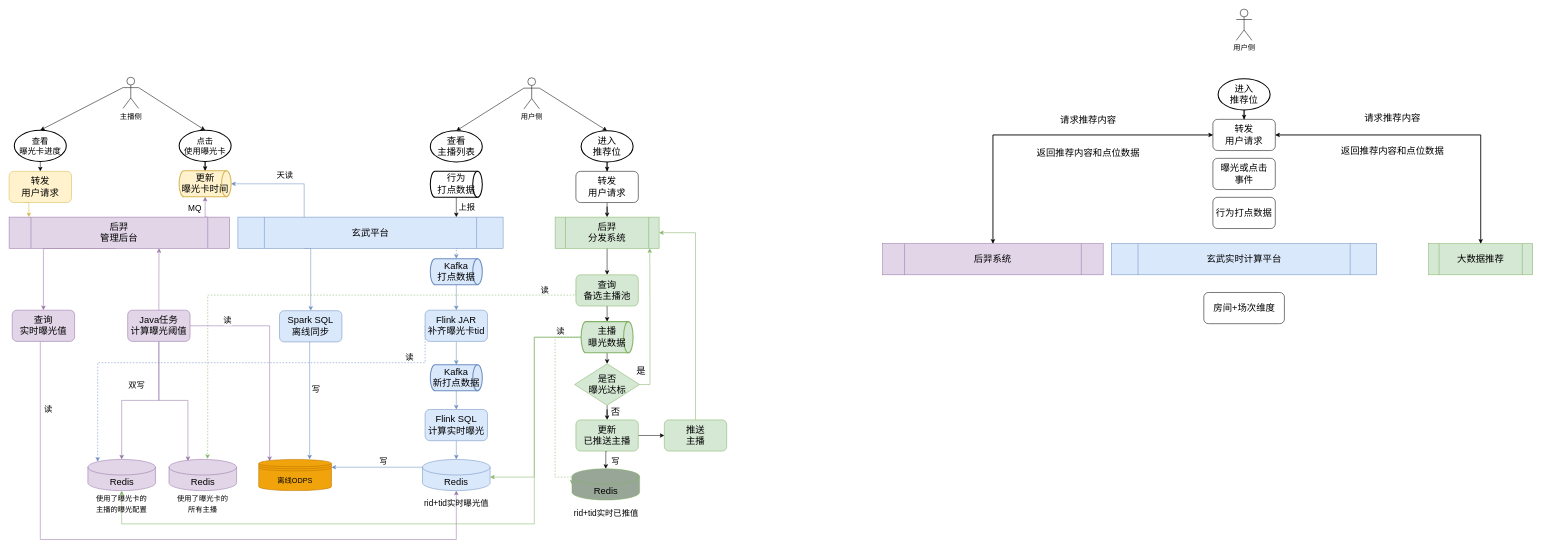
The draw.io diagram 官方扶持流量提醒.drawio in hongweilv-whu/flowCharts, before the edit. Source tidied: cells renumbered, new cells numbered last; positions are measured from the earlier drawing's top-left corner, leaving out a move shared by most shapes. Both pictures are drawn from the tidied source at 52%, with x=0, y=0 at pixel (9, 9).
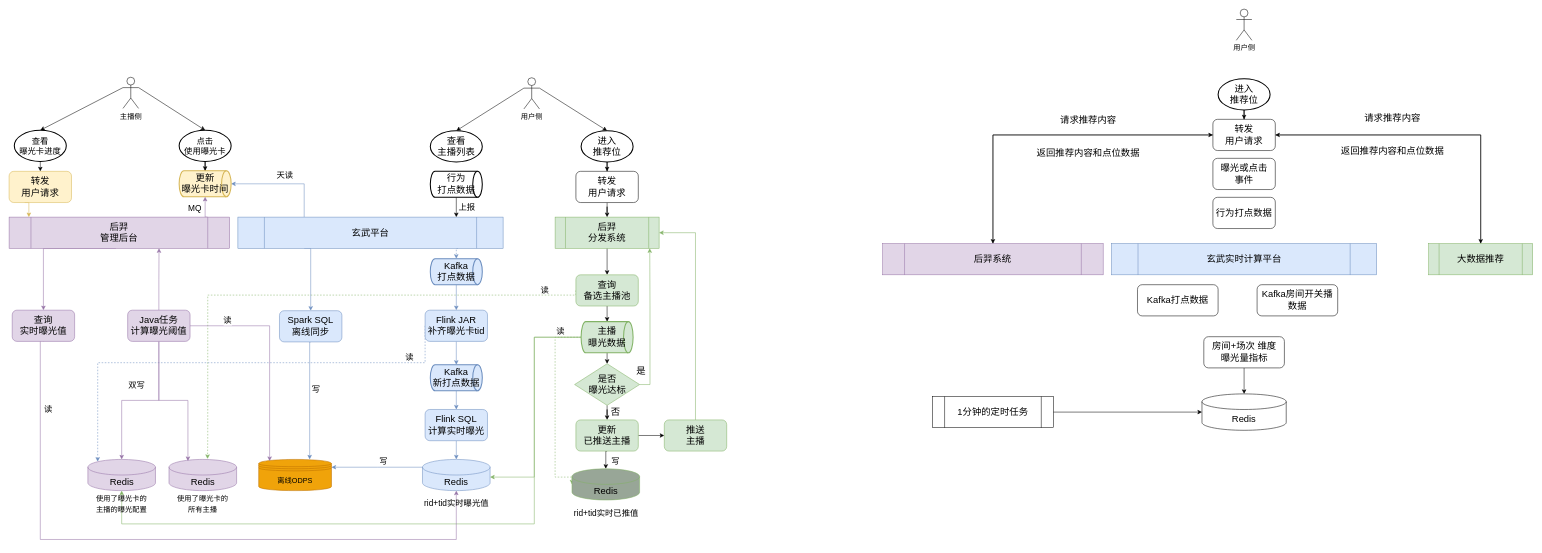
The same page after the edit.

Commit message (it also covers changes not shown here):
更新官方扶持流量提醒.drawio

The edit, as a diff of the source:
```diff
@@
+    <mxCell id="111" style="edgeStyle=orthogonalEdgeStyle;rounded=0;jettySize=auto;html=1;exitX=0.5;exitY=1;exitDx=0;exitDy=0;fontSize=18;" parent="1" edge="1" source="110" target="114">
+      <mxGeometry relative="1" as="geometry" />
+    </mxCell>
-    <mxCell id="110" value="&lt;span style=&quot;font-size: 18px;&quot;&gt;房间+场次维度&lt;/span&gt;" style="rounded=1;whiteSpace=wrap;html=1;fontSize=14;" parent="1" vertex="1">
-      <mxGeometry x="2297.5" y="545" width="155" height="60" as="geometry" />
+    <mxCell id="110" value="&lt;span style=&quot;font-size: 18px;&quot;&gt;房间+场次 维度&lt;br&gt;曝光量指标&lt;br&gt;&lt;/span&gt;" style="rounded=1;whiteSpace=wrap;html=1;fontSize=14;" parent="1" vertex="1">
+      <mxGeometry x="2297.5" y="630" width="155" height="60" as="geometry" />
     </mxCell>
+    <mxCell id="112" value="&lt;span style=&quot;font-size: 18px;&quot;&gt;Kafka打点数据&lt;/span&gt;" style="rounded=1;whiteSpace=wrap;html=1;fontSize=14;" parent="1" vertex="1">
+      <mxGeometry x="2170" y="530" width="155" height="60" as="geometry" />
+    </mxCell>
+    <mxCell id="113" value="&lt;span style=&quot;font-size: 18px;&quot;&gt;Kafka房间开关播数据&lt;/span&gt;" style="rounded=1;whiteSpace=wrap;html=1;fontSize=14;" parent="1" vertex="1">
+      <mxGeometry x="2400" y="530" width="155" height="60" as="geometry" />
+    </mxCell>
+    <mxCell id="114" value="Redis" style="shape=cylinder3;whiteSpace=wrap;html=1;boundedLbl=1;backgroundOutline=1;size=15;fontSize=18;" parent="1" vertex="1">
+      <mxGeometry x="2294" y="740" width="162" height="70" as="geometry" />
+    </mxCell>
+    <mxCell id="115" style="edgeStyle=orthogonalEdgeStyle;rounded=0;jettySize=auto;html=1;exitX=1;exitY=0.5;exitDx=0;exitDy=0;entryX=0;entryY=0.5;entryDx=0;entryDy=0;entryPerimeter=0;fontSize=18;" parent="1" edge="1" source="116" target="114">
+      <mxGeometry relative="1" as="geometry" />
+    </mxCell>
+    <mxCell id="116" value="1分钟的定时任务" style="shape=process;whiteSpace=wrap;html=1;backgroundOutline=1;fontSize=18;" parent="1" vertex="1">
+      <mxGeometry x="1776" y="745" width="232" height="60" as="geometry" />
+    </mxCell>
```
